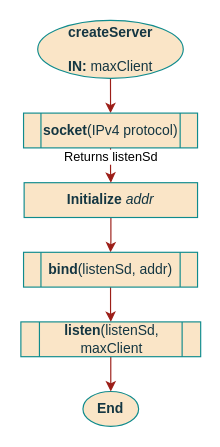
Above: page "CreateServer" (6 of 14) of documentation/flowcharts/RS/RS.drawio in ESRGgroup9/slipad (draw.io), before the change. Source tidied: cells renumbered, new cells numbered last; positions are measured from the earlier drawing's top-left corner, leaving out a move shared by most shapes. Both pictures are drawn from the tidied source at 116%, with x=0, y=0 at pixel (21, 20).
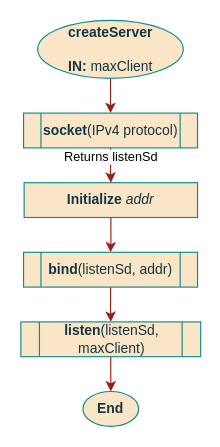
The same diagram, later.

Diff of the diagram source:
```diff
@@
 <mxGraphModel>
   <root>
     <mxCell id="0" />
     <mxCell id="1" parent="0" />
     <mxCell id="2" style="edgeStyle=orthogonalEdgeStyle;rounded=0;jettySize=auto;html=1;strokeColor=#9C1E18;" parent="1" edge="1" source="3" target="8">
       <mxGeometry relative="1" as="geometry" />
     </mxCell>
     <mxCell id="3" value="&lt;div&gt;createServer&lt;/div&gt;&lt;div&gt;&lt;span style=&quot;font-weight: normal&quot;&gt;&lt;br&gt;&lt;/span&gt;&lt;/div&gt;&lt;div&gt;&lt;span style=&quot;font-weight: normal&quot;&gt;&lt;b&gt;IN: &lt;/b&gt;maxClient&lt;/span&gt;&lt;/div&gt;&lt;span style=&quot;font-weight: normal&quot;&gt;&lt;/span&gt;" style="ellipse;whiteSpace=wrap;html=1;fillColor=#FAE5C7;strokeColor=#0F8B8D;fontColor=#143642;fontStyle=1;" parent="1" vertex="1">
       <mxGeometry x="14" width="125.5" height="50" as="geometry" />
     </mxCell>
     <mxCell id="4" value="End" style="ellipse;whiteSpace=wrap;html=1;fillColor=#FAE5C7;strokeColor=#0F8B8D;fontColor=#143642;fontStyle=1;" parent="1" vertex="1">
       <mxGeometry x="53" y="320" width="48" height="30" as="geometry" />
     </mxCell>
     <mxCell id="5" style="edgeStyle=orthogonalEdgeStyle;rounded=0;jettySize=auto;html=1;strokeColor=#9C1E18;" parent="1" edge="1" source="6" target="10">
       <mxGeometry relative="1" as="geometry" />
     </mxCell>
     <mxCell id="6" value="&lt;b&gt;Initialize&lt;/b&gt; &lt;i&gt;addr&lt;/i&gt;" style="rounded=0;whiteSpace=wrap;html=1;sketch=0;fontColor=#143642;strokeColor=#0F8B8D;fillColor=#FAE5C7;" parent="1" vertex="1">
       <mxGeometry x="2.3" y="140" width="149.5" height="30" as="geometry" />
     </mxCell>
     <mxCell id="7" value="Returns listenSd" style="edgeStyle=orthogonalEdgeStyle;rounded=0;jettySize=auto;html=1;strokeColor=#9C1E18;" parent="1" edge="1" source="8" target="6">
       <mxGeometry x="-0.5" relative="1" as="geometry" />
     </mxCell>
     <mxCell id="8" value="socket&lt;span style=&quot;font-weight: normal&quot;&gt;(IPv4 protocol)&lt;/span&gt;" style="shape=process;whiteSpace=wrap;html=1;backgroundOutline=1;rounded=0;sketch=0;fontColor=#143642;strokeColor=#0F8B8D;fillColor=#FAE5C7;fontStyle=1;" parent="1" vertex="1">
       <mxGeometry x="1.8" y="80" width="150" height="30" as="geometry" />
     </mxCell>
     <mxCell id="9" style="edgeStyle=orthogonalEdgeStyle;rounded=0;jettySize=auto;html=1;strokeColor=#9C1E18;" parent="1" edge="1" source="10" target="12">
       <mxGeometry relative="1" as="geometry" />
     </mxCell>
     <mxCell id="10" value="bind&lt;span style=&quot;font-weight: normal&quot;&gt;(listenSd, addr)&lt;/span&gt;" style="shape=process;whiteSpace=wrap;html=1;backgroundOutline=1;rounded=0;sketch=0;fontColor=#143642;strokeColor=#0F8B8D;fillColor=#FAE5C7;fontStyle=1;" parent="1" vertex="1">
       <mxGeometry x="1.8" y="200" width="150" height="30" as="geometry" />
     </mxCell>
     <mxCell id="11" style="edgeStyle=orthogonalEdgeStyle;rounded=0;jettySize=auto;html=1;strokeColor=#9C1E18;" parent="1" edge="1" source="12" target="4">
       <mxGeometry relative="1" as="geometry" />
     </mxCell>
-    <mxCell id="12" value="&lt;span class=&quot;pl-c1&quot;&gt;listen&lt;/span&gt;&lt;span style=&quot;font-weight: normal&quot;&gt;(listenSd, maxClient &lt;/span&gt;&lt;span style=&quot;font-weight: normal&quot;&gt;&lt;/span&gt;" style="shape=process;whiteSpace=wrap;html=1;backgroundOutline=1;rounded=0;sketch=0;fontColor=#143642;strokeColor=#0F8B8D;fillColor=#FAE5C7;fontStyle=1;" parent="1" vertex="1">
+    <mxCell id="12" value="&lt;span class=&quot;pl-c1&quot;&gt;listen&lt;/span&gt;&lt;span style=&quot;font-weight: normal&quot;&gt;(listenSd, maxClient) &lt;/span&gt;&lt;span style=&quot;font-weight: normal&quot;&gt;&lt;/span&gt;" style="shape=process;whiteSpace=wrap;html=1;backgroundOutline=1;rounded=0;sketch=0;fontColor=#143642;strokeColor=#0F8B8D;fillColor=#FAE5C7;fontStyle=1;" parent="1" vertex="1">
       <mxGeometry x="-0.5" y="260" width="155" height="30" as="geometry" />
     </mxCell>
   </root>
 </mxGraphModel>
```
